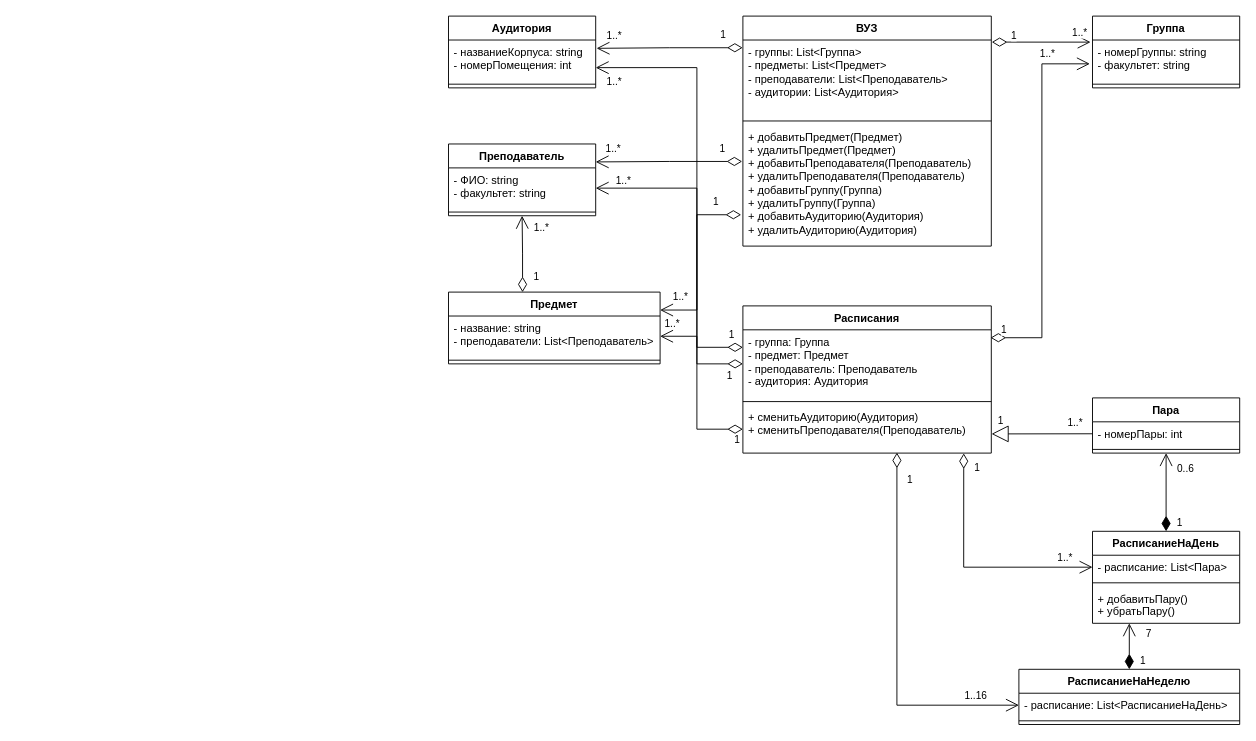
The draw.io diagram Пятая практика.drawio in sergkhr/VUZsystemModeling, before the edit. Source tidied: cells renumbered, new cells numbered last; positions are measured from the earlier drawing's top-left corner, leaving out a move shared by most shapes. Both pictures are drawn from the tidied source at 92%, with x=0, y=0 at pixel (448, 16).
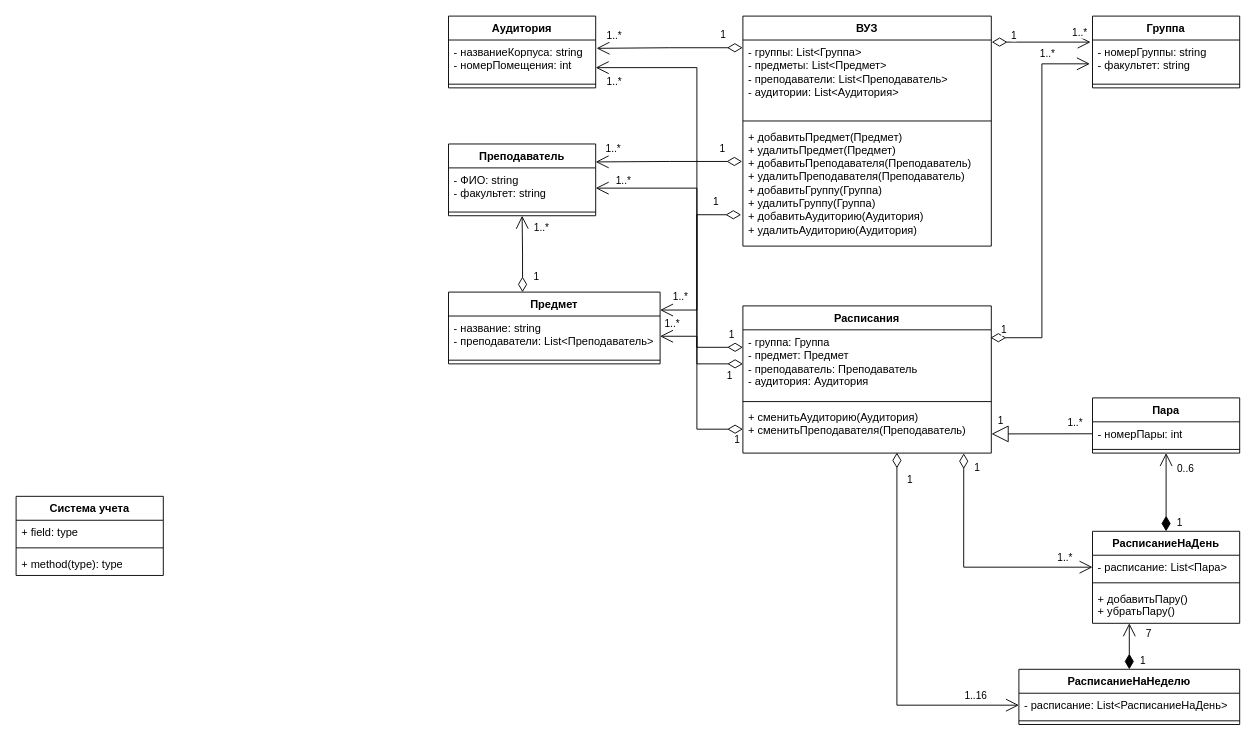
After the change.

Change to the diagram source:
```diff
@@
+    <mxCell id="60" value="Система учета" style="swimlane;fontStyle=1;align=center;verticalAlign=top;horizontal=1;startSize=26;whiteSpace=wrap;html=1;" parent="1" vertex="1">
+      <mxGeometry x="-470" y="522" width="160" height="86" as="geometry" />
+    </mxCell>
+    <mxCell id="61" value="+ field: type" style="text;strokeColor=none;fillColor=none;align=left;verticalAlign=top;spacingLeft=4;spacingRight=4;overflow=hidden;whiteSpace=wrap;html=1;" parent="60" vertex="1">
+      <mxGeometry y="26" width="160" height="26" as="geometry" />
+    </mxCell>
+    <mxCell id="62" style="line;strokeWidth=1;fillColor=none;align=left;verticalAlign=middle;spacingTop=-1;spacingLeft=3;spacingRight=3;labelPosition=right;strokeColor=inherit;" parent="60" vertex="1">
+      <mxGeometry y="52" width="160" height="8" as="geometry" />
+    </mxCell>
+    <mxCell id="63" value="+ method(type): type" style="text;strokeColor=none;fillColor=none;align=left;verticalAlign=top;spacingLeft=4;spacingRight=4;overflow=hidden;whiteSpace=wrap;html=1;" parent="60" vertex="1">
+      <mxGeometry y="60" width="160" height="26" as="geometry" />
+    </mxCell>
```
